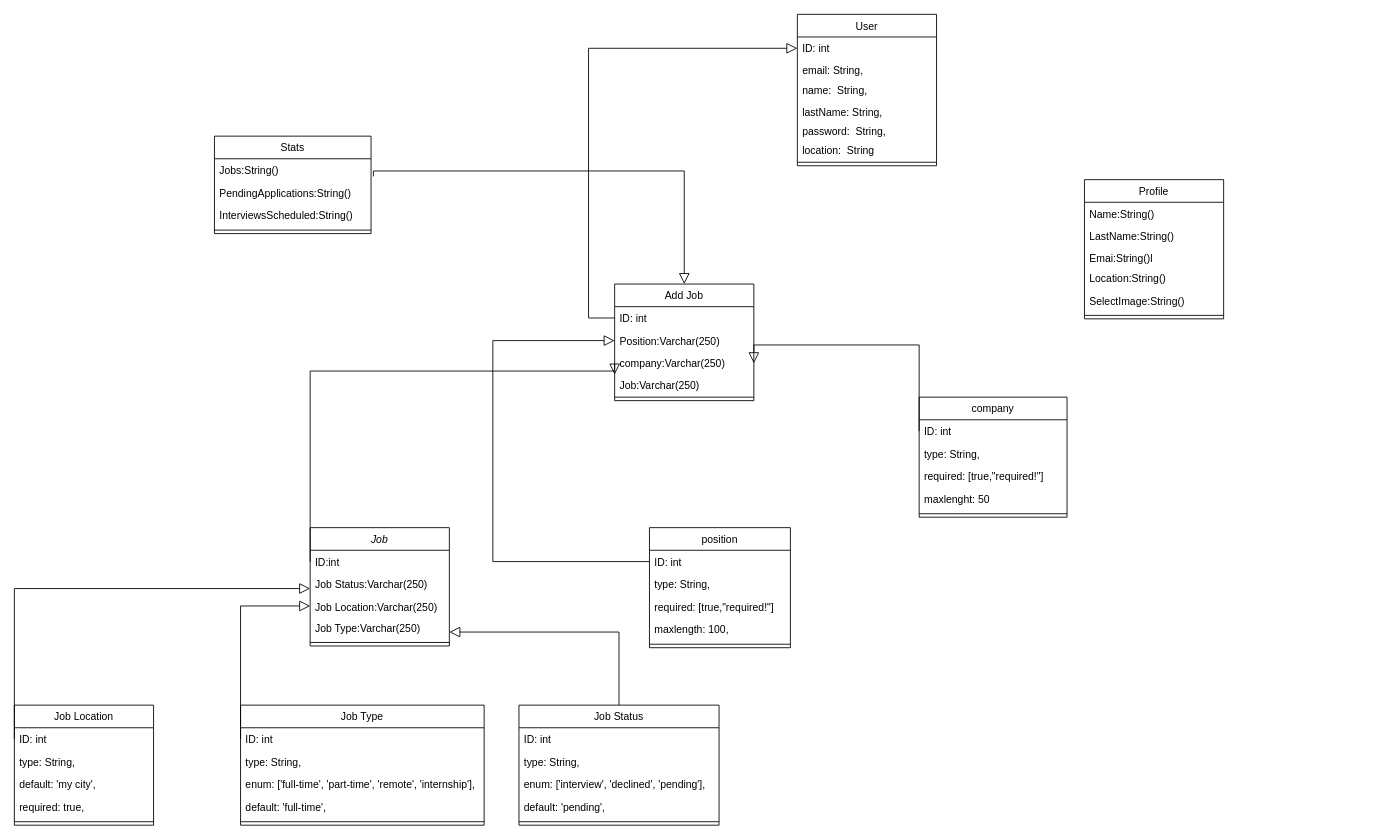
Above: Başlıksız Diyagram.drawio in DeCaster/Morify-MERN-project (draw.io), before the change. Source tidied: cells renumbered, new cells numbered last; positions are measured from the earlier drawing's top-left corner, leaving out a move shared by most shapes. Both pictures are drawn from the tidied source at 87%, with x=0, y=0 at pixel (14, 14).
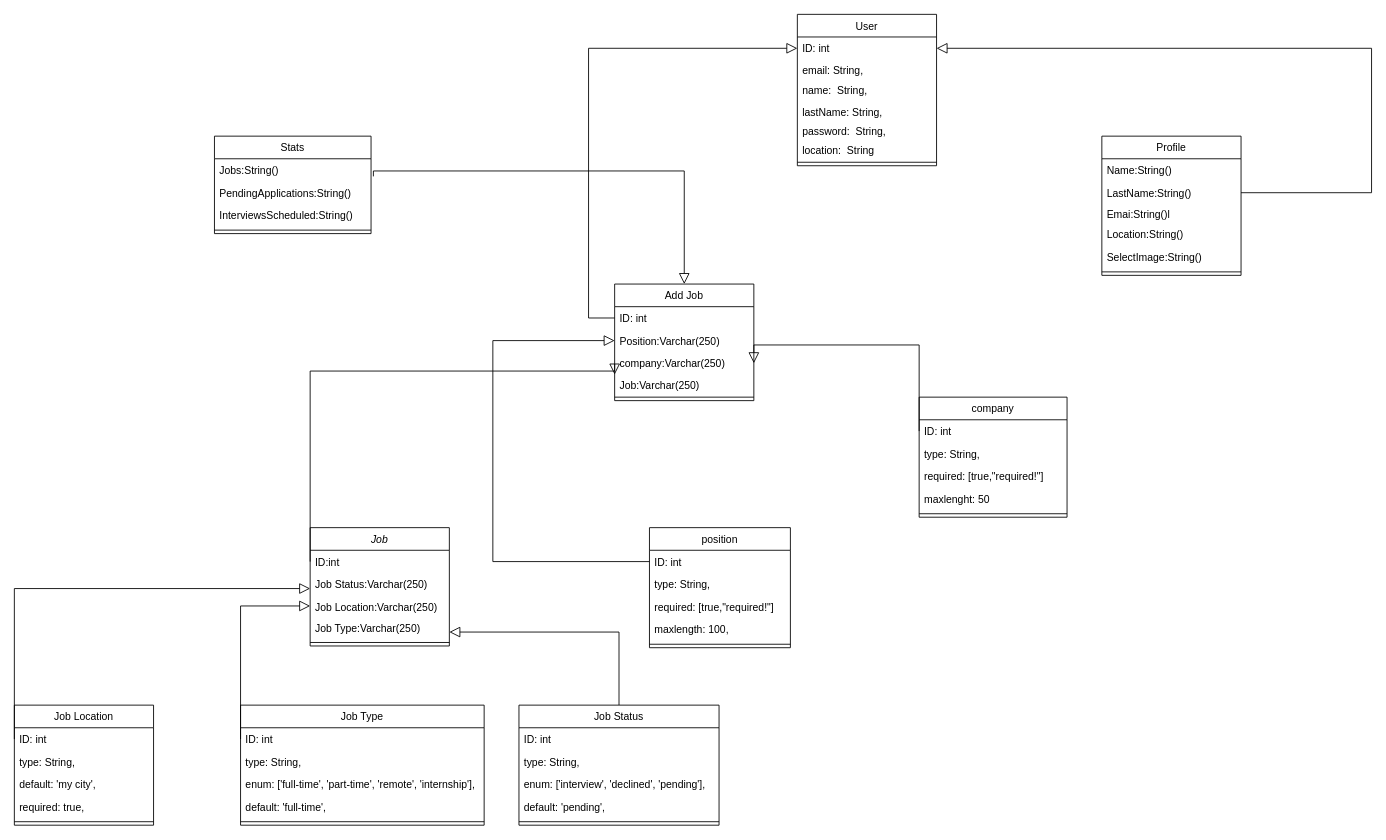
The same diagram, later.

Unchanged cells that the change refers to:
```xml
<mxCell id="52" value="ID: int" style="text;align=left;verticalAlign=top;spacingLeft=4;spacingRight=4;overflow=hidden;points=[[0,0.5],[1,0.5]];portConstraint=eastwest;rounded=0;shadow=0;html=0;labelBackgroundColor=none;" parent="51" vertex="1">
  <mxGeometry y="26" width="160" height="26" as="geometry" />
</mxCell>
<mxCell id="69" value="LastName:String()" style="text;align=left;verticalAlign=top;spacingLeft=4;spacingRight=4;overflow=hidden;points=[[0,0.5],[1,0.5]];portConstraint=eastwest;labelBackgroundColor=none;rounded=0;" parent="67" vertex="1">
  <mxGeometry y="52" width="160" height="26" as="geometry" />
</mxCell>
```

What changed in the source:
```diff
@@
     <mxCell id="67" value="Profile" style="swimlane;fontStyle=0;align=center;verticalAlign=top;horizontal=1;startSize=26;rounded=0;shadow=0;strokeWidth=1;labelBackgroundColor=none;" parent="1" vertex="1">
-      <mxGeometry x="1230" y="190" width="160" height="160" as="geometry" />
+      <mxGeometry x="1250" y="140" width="160" height="160" as="geometry" />
     </mxCell>
@@
+    <mxCell id="74" style="endArrow=block;endSize=10;endFill=0;shadow=0;strokeWidth=1;rounded=0;curved=0;edgeStyle=elbowEdgeStyle;elbow=vertical;labelBackgroundColor=none;fontColor=default;verticalAlign=top;exitX=1;exitY=0.5;exitDx=0;exitDy=0;entryX=1;entryY=0.5;entryDx=0;entryDy=0;" parent="1" edge="1" source="69" target="52">
+      <mxGeometry relative="1" as="geometry">
+        <Array as="points">
+          <mxPoint x="1560" y="117" />
+          <mxPoint x="930" y="322" />
+          <mxPoint x="895" y="292" />
+        </Array>
+      </mxGeometry>
+    </mxCell>
```
